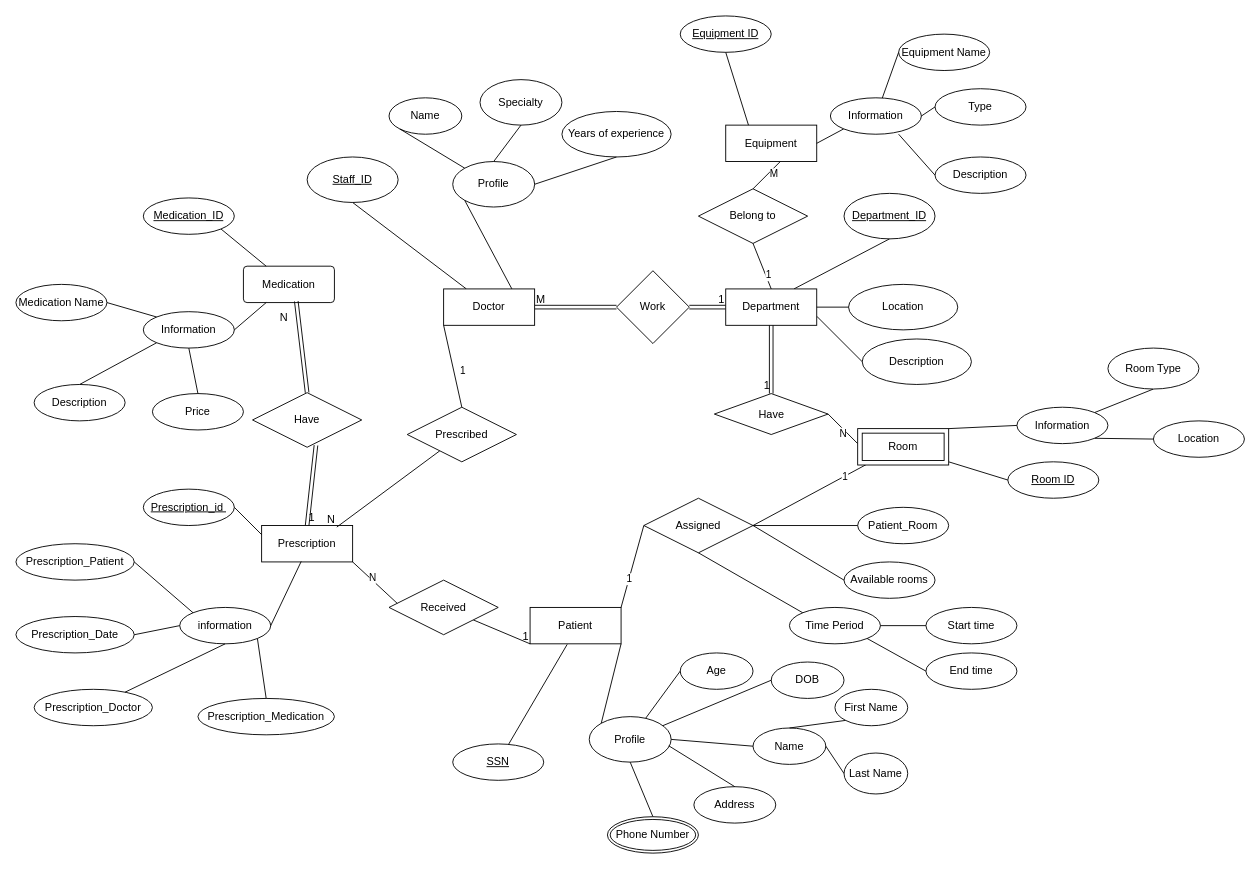
yun-2000/yun-2000 keeps this draw.io diagram as Untitled Diagram.drawio. Above is the earlier version. Source tidied: cells renumbered, new cells numbered last; positions are measured from the earlier drawing's top-left corner, leaving out a move shared by most shapes. Both pictures are drawn from the tidied source at 91%, with x=0, y=0 at pixel (15, 15).
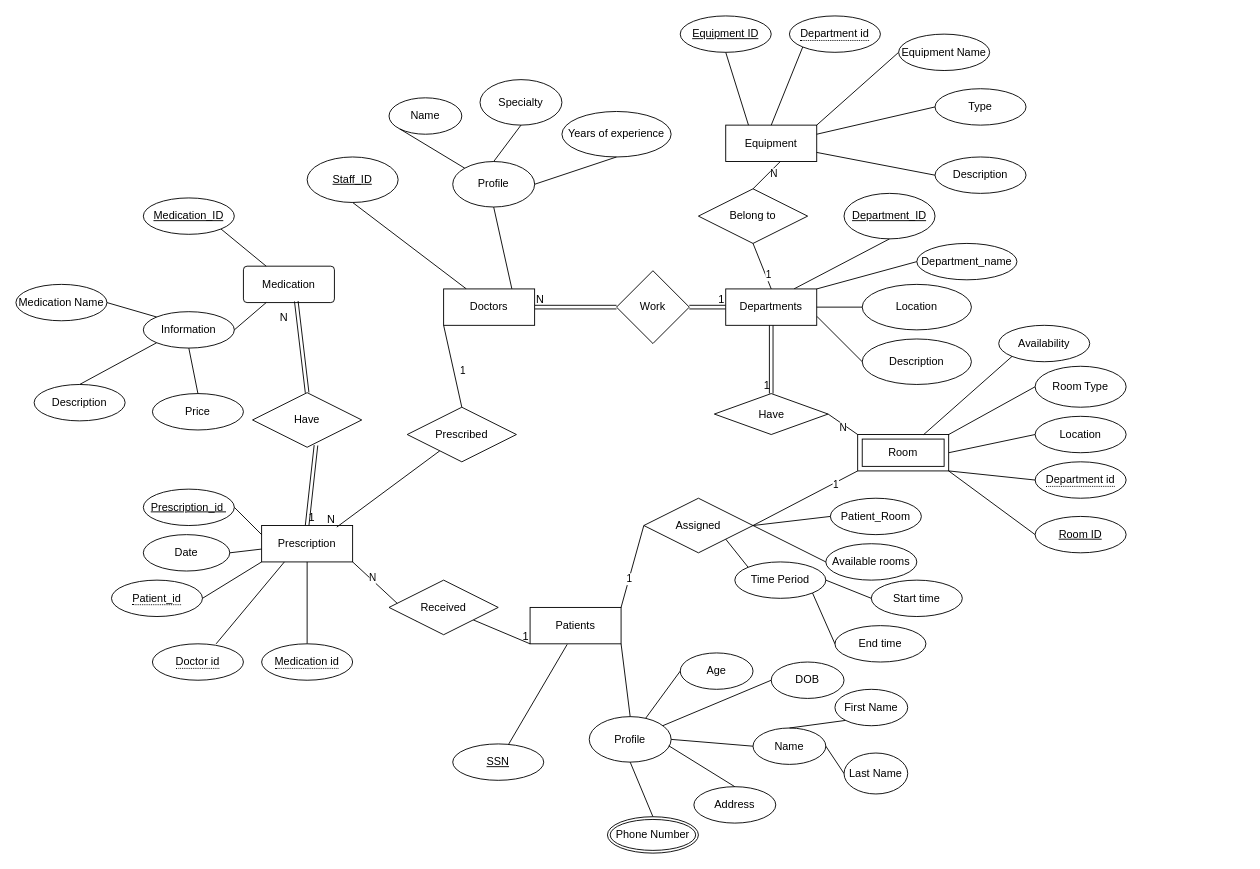
The same diagram, later.

The change refers to these unchanged cells:
```xml
<mxCell id="3" value="Profile" style="ellipse;whiteSpace=wrap;html=1;" parent="1" vertex="1">
  <mxGeometry x="480" y="160" width="90" height="50" as="geometry" />
</mxCell>
<mxCell id="19" value="Profile" style="ellipse;whiteSpace=wrap;html=1;" parent="1" vertex="1">
  <mxGeometry x="630" y="770" width="90" height="50" as="geometry" />
</mxCell>
<mxCell id="47" value="Prescription" style="whiteSpace=wrap;html=1;align=center;" parent="1" vertex="1">
  <mxGeometry x="270" y="560" width="100" height="40" as="geometry" />
</mxCell>
<mxCell id="62" style="shape=link;html=1;rounded=0;exitX=1;exitY=0.5;exitDx=0;exitDy=0;" parent="1" edge="1" source="71" target="64">
  <mxGeometry relative="1" as="geometry" />
</mxCell>
<mxCell id="91" value="Have" style="shape=rhombus;perimeter=rhombusPerimeter;whiteSpace=wrap;html=1;align=center;" parent="1" vertex="1">
  <mxGeometry x="767.5" y="415" width="125" height="45" as="geometry" />
</mxCell>
<mxCell id="96" value="Assigned" style="shape=rhombus;perimeter=rhombusPerimeter;whiteSpace=wrap;html=1;align=center;" parent="1" vertex="1">
  <mxGeometry x="690" y="530" width="120" height="60" as="geometry" />
</mxCell>
<mxCell id="111" value="Equipment" style="whiteSpace=wrap;html=1;align=center;" parent="1" vertex="1">
  <mxGeometry x="780" y="120" width="100" height="40" as="geometry" />
</mxCell>
<mxCell id="116" value="Equipment Name" style="ellipse;whiteSpace=wrap;html=1;align=center;" parent="1" vertex="1">
  <mxGeometry x="970" y="20" width="100" height="40" as="geometry" />
</mxCell>
<mxCell id="119" value="Description" style="ellipse;whiteSpace=wrap;html=1;align=center;" parent="1" vertex="1">
  <mxGeometry x="1010" y="155" width="100" height="40" as="geometry" />
</mxCell>
<mxCell id="123" style="endArrow=none;html=1;rounded=0;exitX=0.5;exitY=0;exitDx=0;exitDy=0;" parent="1" edge="1" source="122">
  <mxGeometry relative="1" as="geometry">
    <mxPoint x="840" y="160" as="targetPoint" />
  </mxGeometry>
</mxCell>
```

The edit, as a diff of the source:
```diff
@@
-    <mxCell id="10" style="endArrow=none;html=1;rounded=0;entryX=0;entryY=1;entryDx=0;entryDy=0;exitX=0.75;exitY=0;exitDx=0;exitDy=0;" parent="1" edge="1" source="71" target="3">
+    <mxCell id="10" style="endArrow=none;html=1;rounded=0;entryX=0.5;entryY=1;entryDx=0;entryDy=0;exitX=0.75;exitY=0;exitDx=0;exitDy=0;" parent="1" edge="1" source="71" target="3">
       <mxGeometry relative="1" as="geometry" />
     </mxCell>
@@
     <mxCell id="14" value="Location" style="ellipse;whiteSpace=wrap;html=1;" parent="1" vertex="1">
-      <mxGeometry x="915" y="295" width="120" height="50" as="geometry" />
+      <mxGeometry x="930" y="295" width="120" height="50" as="geometry" />
     </mxCell>
@@
-    <mxCell id="25" style="endArrow=none;html=1;rounded=0;entryX=0;entryY=0;entryDx=0;entryDy=0;exitX=1;exitY=1;exitDx=0;exitDy=0;" parent="1" edge="1" source="65" target="19">
+    <mxCell id="25" style="endArrow=none;html=1;rounded=0;entryX=0.5;entryY=0;entryDx=0;entryDy=0;exitX=1;exitY=1;exitDx=0;exitDy=0;" parent="1" edge="1" source="65" target="19">
       <mxGeometry relative="1" as="geometry" />
     </mxCell>
@@
-    <mxCell id="49" value="information" style="ellipse;whiteSpace=wrap;html=1;align=center;" parent="1" vertex="1">
-      <mxGeometry x="180" y="650" width="100" height="40" as="geometry" />
-    </mxCell>
-    <mxCell id="50" value="Prescription_Patient" style="ellipse;whiteSpace=wrap;html=1;align=center;" parent="1" vertex="1">
-      <mxGeometry y="580" width="130" height="40" as="geometry" />
-    </mxCell>
-    <mxCell id="51" value="Prescription_Date" style="ellipse;whiteSpace=wrap;html=1;align=center;" parent="1" vertex="1">
-      <mxGeometry y="660" width="130" height="40" as="geometry" />
+    <mxCell id="51" value="Date" style="ellipse;whiteSpace=wrap;html=1;align=center;" parent="1" vertex="1">
+      <mxGeometry x="140" y="570" width="95" height="40" as="geometry" />
     </mxCell>
-    <mxCell id="52" value="Prescription_Doctor" style="ellipse;whiteSpace=wrap;html=1;align=center;" parent="1" vertex="1">
-      <mxGeometry x="20" y="740" width="130" height="40" as="geometry" />
-    </mxCell>
-    <mxCell id="53" value="Prescription_Medication" style="ellipse;whiteSpace=wrap;html=1;align=center;" parent="1" vertex="1">
-      <mxGeometry x="200" y="750" width="150" height="40" as="geometry" />
-    </mxCell>
-    <mxCell id="54" style="endArrow=none;html=1;rounded=0;entryX=0;entryY=0;entryDx=0;entryDy=0;exitX=1;exitY=0.5;exitDx=0;exitDy=0;" parent="1" edge="1" source="50" target="49">
-      <mxGeometry relative="1" as="geometry" />
+    <mxCell id="54" style="endArrow=none;html=1;rounded=0;entryX=0.25;entryY=1;entryDx=0;entryDy=0;exitX=1;exitY=0.5;exitDx=0;exitDy=0;" parent="1" edge="1" target="47">
+      <mxGeometry relative="1" as="geometry">
+        <mxPoint x="220" y="690" as="sourcePoint" />
+      </mxGeometry>
     </mxCell>
-    <mxCell id="55" style="endArrow=none;html=1;rounded=0;entryX=0.5;entryY=1;entryDx=0;entryDy=0;" parent="1" edge="1" source="52" target="49">
-      <mxGeometry relative="1" as="geometry" />
-    </mxCell>
-    <mxCell id="56" style="endArrow=none;html=1;rounded=0;entryX=0;entryY=0.5;entryDx=0;entryDy=0;exitX=1;exitY=0.5;exitDx=0;exitDy=0;" parent="1" edge="1" source="51" target="49">
+    <mxCell id="56" style="endArrow=none;html=1;rounded=0;exitX=1;exitY=0.5;exitDx=0;exitDy=0;" parent="1" edge="1" source="51" target="47">
       <mxGeometry relative="1" as="geometry" />
     </mxCell>
-    <mxCell id="57" style="endArrow=none;html=1;rounded=0;entryX=0.5;entryY=0;entryDx=0;entryDy=0;exitX=1;exitY=1;exitDx=0;exitDy=0;" parent="1" edge="1" source="49" target="53">
-      <mxGeometry relative="1" as="geometry" />
+    <mxCell id="57" style="endArrow=none;html=1;rounded=0;exitX=0.5;exitY=1;exitDx=0;exitDy=0;" parent="1" edge="1" source="47">
+      <mxGeometry relative="1" as="geometry">
+        <mxPoint x="320" y="690" as="targetPoint" />
+      </mxGeometry>
     </mxCell>
-    <mxCell id="58" style="endArrow=none;html=1;rounded=0;entryX=1;entryY=0.5;entryDx=0;entryDy=0;exitX=0.435;exitY=0.986;exitDx=0;exitDy=0;exitPerimeter=0;" parent="1" edge="1" source="47" target="49">
-      <mxGeometry relative="1" as="geometry" />
-    </mxCell>
@@
-    <mxCell id="63" value="M" style="html=1;whiteSpace=wrap;align=left;verticalAlign=bottom;" parent="62" vertex="1">
+    <mxCell id="63" value="N" style="html=1;whiteSpace=wrap;align=left;verticalAlign=bottom;" parent="62" vertex="1">
       <mxGeometry x="-1" relative="1" as="geometry" />
     </mxCell>
@@
-    <mxCell id="65" value="Patient" style="whiteSpace=wrap;html=1;align=center;" parent="1" vertex="1">
+    <mxCell id="65" value="Patients" style="whiteSpace=wrap;html=1;align=center;" parent="1" vertex="1">
       <mxGeometry x="565" y="650" width="100" height="40" as="geometry" />
     </mxCell>
@@
-    <mxCell id="71" value="Doctor" style="whiteSpace=wrap;html=1;align=center;" parent="1" vertex="1">
+    <mxCell id="71" value="Doctors" style="whiteSpace=wrap;html=1;align=center;" parent="1" vertex="1">
       <mxGeometry x="470" y="300" width="100" height="40" as="geometry" />
     </mxCell>
-    <mxCell id="72" value="Department" style="whiteSpace=wrap;html=1;align=center;" parent="1" vertex="1">
+    <mxCell id="72" value="Departments" style="whiteSpace=wrap;html=1;align=center;" parent="1" vertex="1">
       <mxGeometry x="780" y="300" width="100" height="40" as="geometry" />
     </mxCell>
@@
-    <mxCell id="83" value="Information" style="ellipse;whiteSpace=wrap;html=1;align=center;" parent="1" vertex="1">
-      <mxGeometry x="1100" y="430" width="100" height="40" as="geometry" />
-    </mxCell>
     <mxCell id="84" value="Room ID" style="ellipse;whiteSpace=wrap;html=1;align=center;fontStyle=4;" parent="1" vertex="1">
-      <mxGeometry x="1090" y="490" width="100" height="40" as="geometry" />
+      <mxGeometry x="1120" y="550" width="100" height="40" as="geometry" />
     </mxCell>
-    <mxCell id="85" style="endArrow=none;html=1;rounded=0;exitX=1;exitY=0;exitDx=0;exitDy=0;entryX=0;entryY=0.5;entryDx=0;entryDy=0;" parent="1" edge="1" source="127" target="83">
+    <mxCell id="85" style="endArrow=none;html=1;rounded=0;exitX=1;exitY=0;exitDx=0;exitDy=0;entryX=0;entryY=0.5;entryDx=0;entryDy=0;" parent="1" edge="1" source="127" target="88">
       <mxGeometry relative="1" as="geometry" />
     </mxCell>
-    <mxCell id="86" style="endArrow=none;html=1;rounded=0;exitX=1;exitY=1;exitDx=0;exitDy=0;entryX=0;entryY=0.5;entryDx=0;entryDy=0;" parent="1" edge="1" target="84">
-      <mxGeometry relative="1" as="geometry">
-        <mxPoint x="1025" y="490" as="sourcePoint" />
-      </mxGeometry>
+    <mxCell id="86" style="endArrow=none;html=1;rounded=0;exitX=1;exitY=1;exitDx=0;exitDy=0;entryX=0;entryY=0.5;entryDx=0;entryDy=0;" parent="1" edge="1" source="127" target="84">
+      <mxGeometry relative="1" as="geometry" />
     </mxCell>
-    <mxCell id="87" style="endArrow=none;html=1;rounded=0;exitX=1;exitY=0;exitDx=0;exitDy=0;entryX=0.5;entryY=1;entryDx=0;entryDy=0;" parent="1" edge="1" source="83" target="88">
-      <mxGeometry relative="1" as="geometry" />
-    </mxCell>
     <mxCell id="88" value="Room Type" style="ellipse;whiteSpace=wrap;html=1;align=center;" parent="1" vertex="1">
-      <mxGeometry x="1200" y="365" width="100" height="45" as="geometry" />
+      <mxGeometry x="1120" y="385" width="100" height="45" as="geometry" />
     </mxCell>
-    <mxCell id="89" style="endArrow=none;html=1;rounded=0;exitX=1;exitY=1;exitDx=0;exitDy=0;entryX=0;entryY=0.5;entryDx=0;entryDy=0;" parent="1" edge="1" source="83" target="90">
+    <mxCell id="89" style="endArrow=none;html=1;rounded=0;exitX=1;exitY=0.5;exitDx=0;exitDy=0;entryX=0;entryY=0.5;entryDx=0;entryDy=0;" parent="1" edge="1" source="127" target="90">
       <mxGeometry relative="1" as="geometry" />
     </mxCell>
     <mxCell id="90" value="Location" style="ellipse;whiteSpace=wrap;html=1;align=center;" parent="1" vertex="1">
-      <mxGeometry x="1250" y="445" width="100" height="40" as="geometry" />
+      <mxGeometry x="1120" y="440" width="100" height="40" as="geometry" />
     </mxCell>
@@
-    <mxCell id="92" style="endArrow=none;html=1;rounded=0;exitX=1;exitY=0.5;exitDx=0;exitDy=0;entryX=0;entryY=0.5;entryDx=0;entryDy=0;" parent="1" edge="1" source="91">
-      <mxGeometry relative="1" as="geometry">
-        <mxPoint x="925" y="470" as="targetPoint" />
-      </mxGeometry>
+    <mxCell id="92" style="endArrow=none;html=1;rounded=0;exitX=1;exitY=0.5;exitDx=0;exitDy=0;entryX=0;entryY=0;entryDx=0;entryDy=0;" parent="1" edge="1" source="91" target="127">
+      <mxGeometry relative="1" as="geometry" />
     </mxCell>
@@
-    <mxCell id="99" style="endArrow=none;html=1;rounded=0;exitX=1;exitY=0.5;exitDx=0;exitDy=0;" parent="1" edge="1" source="96">
-      <mxGeometry relative="1" as="geometry">
-        <mxPoint x="940" y="490" as="targetPoint" />
-      </mxGeometry>
+    <mxCell id="99" style="endArrow=none;html=1;rounded=0;exitX=1;exitY=0.5;exitDx=0;exitDy=0;entryX=0;entryY=1;entryDx=0;entryDy=0;" parent="1" edge="1" source="96" target="127">
+      <mxGeometry relative="1" as="geometry" />
     </mxCell>
@@
     <mxCell id="101" value="Available rooms" style="ellipse;whiteSpace=wrap;html=1;align=center;" parent="1" vertex="1">
-      <mxGeometry x="910" y="600" width="100" height="40" as="geometry" />
+      <mxGeometry x="890" y="580" width="100" height="40" as="geometry" />
     </mxCell>
     <mxCell id="102" value="Patient_Room" style="ellipse;whiteSpace=wrap;html=1;align=center;" parent="1" vertex="1">
-      <mxGeometry x="925" y="540" width="100" height="40" as="geometry" />
+      <mxGeometry x="895" y="530" width="100" height="40" as="geometry" />
     </mxCell>
     <mxCell id="103" value="Time Period" style="ellipse;whiteSpace=wrap;html=1;align=center;" parent="1" vertex="1">
-      <mxGeometry x="850" y="650" width="100" height="40" as="geometry" />
+      <mxGeometry x="790" y="600" width="100" height="40" as="geometry" />
     </mxCell>
@@
-    <mxCell id="105" style="endArrow=none;html=1;rounded=0;exitX=0;exitY=0;exitDx=0;exitDy=0;entryX=0.5;entryY=1;entryDx=0;entryDy=0;" parent="1" edge="1" source="103" target="96">
+    <mxCell id="105" style="endArrow=none;html=1;rounded=0;exitX=0;exitY=0;exitDx=0;exitDy=0;entryX=1;entryY=1;entryDx=0;entryDy=0;" parent="1" edge="1" source="103" target="96">
       <mxGeometry relative="1" as="geometry" />
     </mxCell>
@@
     <mxCell id="107" value="Start time" style="ellipse;whiteSpace=wrap;html=1;align=center;" parent="1" vertex="1">
-      <mxGeometry x="1000" y="650" width="100" height="40" as="geometry" />
+      <mxGeometry x="940" y="620" width="100" height="40" as="geometry" />
     </mxCell>
     <mxCell id="108" value="End time" style="ellipse;whiteSpace=wrap;html=1;align=center;" parent="1" vertex="1">
-      <mxGeometry x="1000" y="700" width="100" height="40" as="geometry" />
+      <mxGeometry x="900" y="670" width="100" height="40" as="geometry" />
     </mxCell>
@@
-    <mxCell id="114" value="Information" style="ellipse;whiteSpace=wrap;html=1;align=center;" parent="1" vertex="1">
-      <mxGeometry x="895" y="90" width="100" height="40" as="geometry" />
-    </mxCell>
-    <mxCell id="115" style="endArrow=none;html=1;rounded=0;exitX=1;exitY=0.5;exitDx=0;exitDy=0;entryX=0;entryY=1;entryDx=0;entryDy=0;" parent="1" edge="1" source="111" target="114">
+    <mxCell id="115" style="endArrow=none;html=1;rounded=0;exitX=1;exitY=0;exitDx=0;exitDy=0;entryX=0;entryY=0.5;entryDx=0;entryDy=0;" parent="1" edge="1" source="111" target="116">
       <mxGeometry relative="1" as="geometry" />
     </mxCell>
@@
-    <mxCell id="117" style="endArrow=none;html=1;rounded=0;" parent="1" edge="1" source="114">
-      <mxGeometry relative="1" as="geometry">
-        <mxPoint x="970" y="40" as="targetPoint" />
-      </mxGeometry>
-    </mxCell>
@@
-    <mxCell id="120" style="endArrow=none;html=1;rounded=0;exitX=1;exitY=0.5;exitDx=0;exitDy=0;" parent="1" edge="1" source="114">
+    <mxCell id="120" style="endArrow=none;html=1;rounded=0;exitX=1;exitY=0.25;exitDx=0;exitDy=0;" parent="1" edge="1" source="111">
       <mxGeometry relative="1" as="geometry">
         <mxPoint x="1010" y="100" as="targetPoint" />
       </mxGeometry>
     </mxCell>
-    <mxCell id="121" style="endArrow=none;html=1;rounded=0;entryX=0;entryY=0.5;entryDx=0;entryDy=0;exitX=0.75;exitY=1;exitDx=0;exitDy=0;exitPerimeter=0;" parent="1" edge="1" source="114" target="119">
+    <mxCell id="121" style="endArrow=none;html=1;rounded=0;entryX=0;entryY=0.5;entryDx=0;entryDy=0;exitX=1;exitY=0.75;exitDx=0;exitDy=0;" parent="1" edge="1" source="111" target="119">
       <mxGeometry relative="1" as="geometry" />
     </mxCell>
@@
-    <mxCell id="124" value="M" style="edgeLabel;html=1;align=center;verticalAlign=middle;" parent="123" vertex="1">
+    <mxCell id="124" value="N" style="edgeLabel;html=1;align=center;verticalAlign=middle;" parent="123" vertex="1">
       <mxGeometry x="0.26" y="-3" relative="1" as="geometry">
         <mxPoint x="1" as="offset" />
       </mxGeometry>
     </mxCell>
@@
     <mxCell id="127" value="Room" style="shape=ext;margin=3;double=1;whiteSpace=wrap;html=1;align=center;" parent="1" vertex="1">
-      <mxGeometry x="925" y="453.5" width="100" height="40" as="geometry" />
+      <mxGeometry x="925" y="460" width="100" height="40" as="geometry" />
     </mxCell>
+    <mxCell id="128" value="Department_name" style="ellipse;whiteSpace=wrap;html=1;align=center;" parent="1" vertex="1">
+      <mxGeometry x="990" y="250" width="110" height="40" as="geometry" />
+    </mxCell>
+    <mxCell id="129" style="endArrow=none;html=1;rounded=0;entryX=0;entryY=0.5;entryDx=0;entryDy=0;" parent="1" edge="1" target="128">
+      <mxGeometry relative="1" as="geometry">
+        <mxPoint x="880" y="300" as="sourcePoint" />
+      </mxGeometry>
+    </mxCell>
+    <mxCell id="130" value="Availability" style="ellipse;whiteSpace=wrap;html=1;align=center;" parent="1" vertex="1">
+      <mxGeometry x="1080" y="340" width="100" height="40" as="geometry" />
+    </mxCell>
+    <mxCell id="131" style="endArrow=none;html=1;rounded=0;entryX=0;entryY=1;entryDx=0;entryDy=0;" parent="1" edge="1" source="127" target="130">
+      <mxGeometry relative="1" as="geometry" />
+    </mxCell>
+    <mxCell id="132" value="&lt;span style=&quot;border-bottom: 1px dotted&quot;&gt;Patient_id&lt;/span&gt;" style="ellipse;whiteSpace=wrap;html=1;align=center;" parent="1" vertex="1">
+      <mxGeometry x="105" y="620" width="100" height="40" as="geometry" />
+    </mxCell>
+    <mxCell id="133" style="endArrow=none;html=1;rounded=0;entryX=0;entryY=1;entryDx=0;entryDy=0;exitX=1;exitY=0.5;exitDx=0;exitDy=0;" parent="1" edge="1" source="132" target="47">
+      <mxGeometry relative="1" as="geometry" />
+    </mxCell>
+    <mxCell id="134" value="&lt;span style=&quot;border-bottom: 1px dotted&quot;&gt;Doctor id&lt;/span&gt;" style="ellipse;whiteSpace=wrap;html=1;align=center;" parent="1" vertex="1">
+      <mxGeometry x="150" y="690" width="100" height="40" as="geometry" />
+    </mxCell>
+    <mxCell id="135" style="edgeStyle=orthogonalEdgeStyle;rounded=0;orthogonalLoop=1;jettySize=auto;html=1;exitX=0.5;exitY=1;exitDx=0;exitDy=0;" parent="1" edge="1">
+      <mxGeometry relative="1" as="geometry">
+        <mxPoint x="335" y="760" as="sourcePoint" />
+        <mxPoint x="335" y="760" as="targetPoint" />
+      </mxGeometry>
+    </mxCell>
+    <mxCell id="136" value="&lt;span style=&quot;border-bottom: 1px dotted&quot;&gt;Medication id&lt;/span&gt;" style="ellipse;whiteSpace=wrap;html=1;align=center;" parent="1" vertex="1">
+      <mxGeometry x="270" y="690" width="100" height="40" as="geometry" />
+    </mxCell>
+    <mxCell id="137" value="&lt;span style=&quot;border-bottom: 1px dotted&quot;&gt;Department id&lt;/span&gt;" style="ellipse;whiteSpace=wrap;html=1;align=center;" parent="1" vertex="1">
+      <mxGeometry x="1120" y="490" width="100" height="40" as="geometry" />
+    </mxCell>
+    <mxCell id="138" style="endArrow=none;html=1;rounded=0;entryX=0;entryY=0.5;entryDx=0;entryDy=0;exitX=1;exitY=1;exitDx=0;exitDy=0;" parent="1" edge="1" source="127" target="137">
+      <mxGeometry relative="1" as="geometry" />
+    </mxCell>
+    <mxCell id="139" value="&lt;span style=&quot;border-bottom: 1px dotted&quot;&gt;Department id&lt;/span&gt;" style="ellipse;whiteSpace=wrap;html=1;align=center;" parent="1" vertex="1">
+      <mxGeometry x="850" width="100" height="40" as="geometry" />
+    </mxCell>
+    <mxCell id="140" style="endArrow=none;html=1;rounded=0;entryX=0.5;entryY=0;entryDx=0;entryDy=0;exitX=0;exitY=1;exitDx=0;exitDy=0;" parent="1" edge="1" source="139" target="111">
+      <mxGeometry relative="1" as="geometry" />
+    </mxCell>
```
